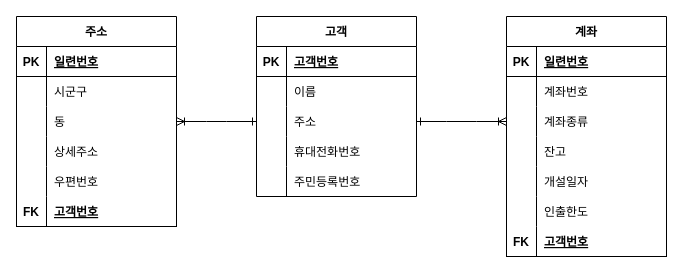
BackdevHong/JAVA keeps this draw.io diagram as school-Java/정보처리기능사-예제2.drawio. Above is the earlier version. Source tidied: cells renumbered, new cells numbered last; positions are measured from the earlier drawing's top-left corner, leaving out a move shared by most shapes. Both pictures are drawn from the tidied source at 100%, with x=0, y=0 at pixel (16, 16).
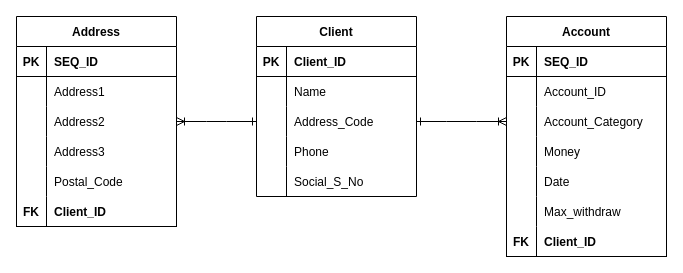
The same diagram, later.

Commit message (it also covers changes not shown here):
정보처리기능사-예제2.drawio 업데이트

Unchanged cells that the change refers to:
```xml
<mxCell id="3" style="shape=tableRow;horizontal=0;startSize=0;swimlaneHead=0;swimlaneBody=0;fillColor=none;top=0;left=0;right=0;bottom=1;" parent="2" vertex="1">
  <mxGeometry y="30" width="160" height="30" as="geometry" />
</mxCell>
<mxCell id="6" style="shape=tableRow;horizontal=0;startSize=0;swimlaneHead=0;swimlaneBody=0;fillColor=none;top=0;left=0;right=0;bottom=0;" parent="2" vertex="1">
  <mxGeometry y="60" width="160" height="30" as="geometry" />
</mxCell>
<mxCell id="9" style="shape=tableRow;horizontal=0;startSize=0;swimlaneHead=0;swimlaneBody=0;fillColor=none;points=[[0,0.5],[1,0.5]];portConstraint=eastwest;top=0;left=0;right=0;bottom=0;" parent="2" vertex="1">
  <mxGeometry y="90" width="160" height="30" as="geometry" />
</mxCell>
<mxCell id="12" style="shape=tableRow;horizontal=0;startSize=0;swimlaneHead=0;swimlaneBody=0;fillColor=none;top=0;left=0;right=0;bottom=0;" parent="2" vertex="1">
  <mxGeometry y="120" width="160" height="30" as="geometry" />
</mxCell>
<mxCell id="15" style="shape=tableRow;horizontal=0;startSize=0;swimlaneHead=0;swimlaneBody=0;fillColor=none;top=0;left=0;right=0;bottom=0;" parent="2" vertex="1">
  <mxGeometry y="150" width="160" height="30" as="geometry" />
</mxCell>
<mxCell id="18" style="shape=tableRow;horizontal=0;startSize=0;swimlaneHead=0;swimlaneBody=0;fillColor=none;top=0;left=0;right=0;bottom=1;" parent="2" vertex="1">
  <mxGeometry y="180" width="160" height="30" as="geometry" />
</mxCell>
<mxCell id="22" style="shape=tableRow;horizontal=0;startSize=0;swimlaneHead=0;swimlaneBody=0;fillColor=none;top=0;left=0;right=0;bottom=1;" parent="21" vertex="1">
  <mxGeometry y="30" width="160" height="30" as="geometry" />
</mxCell>
<mxCell id="25" style="shape=tableRow;horizontal=0;startSize=0;swimlaneHead=0;swimlaneBody=0;fillColor=none;top=0;left=0;right=0;bottom=0;" parent="21" vertex="1">
  <mxGeometry y="60" width="160" height="30" as="geometry" />
</mxCell>
<mxCell id="28" style="shape=tableRow;horizontal=0;startSize=0;swimlaneHead=0;swimlaneBody=0;fillColor=none;points=[[0,0.5],[1,0.5]];portConstraint=eastwest;top=0;left=0;right=0;bottom=0;" parent="21" vertex="1">
  <mxGeometry y="90" width="160" height="30" as="geometry" />
</mxCell>
<mxCell id="31" style="shape=tableRow;horizontal=0;startSize=0;swimlaneHead=0;swimlaneBody=0;fillColor=none;top=0;left=0;right=0;bottom=0;" parent="21" vertex="1">
  <mxGeometry y="120" width="160" height="30" as="geometry" />
</mxCell>
<mxCell id="34" style="shape=tableRow;horizontal=0;startSize=0;swimlaneHead=0;swimlaneBody=0;fillColor=none;top=0;left=0;right=0;bottom=0;" parent="21" vertex="1">
  <mxGeometry y="150" width="160" height="30" as="geometry" />
</mxCell>
<mxCell id="38" style="shape=tableRow;horizontal=0;startSize=0;swimlaneHead=0;swimlaneBody=0;fillColor=none;top=0;left=0;right=0;bottom=1;" parent="37" vertex="1">
  <mxGeometry y="30" width="160" height="30" as="geometry" />
</mxCell>
<mxCell id="41" style="shape=tableRow;horizontal=0;startSize=0;swimlaneHead=0;swimlaneBody=0;fillColor=none;top=0;left=0;right=0;bottom=0;" parent="37" vertex="1">
  <mxGeometry y="60" width="160" height="30" as="geometry" />
</mxCell>
<mxCell id="44" style="shape=tableRow;horizontal=0;startSize=0;swimlaneHead=0;swimlaneBody=0;fillColor=none;points=[[0,0.5],[1,0.5]];portConstraint=eastwest;top=0;left=0;right=0;bottom=0;" parent="37" vertex="1">
  <mxGeometry y="90" width="160" height="30" as="geometry" />
</mxCell>
<mxCell id="47" style="shape=tableRow;horizontal=0;startSize=0;swimlaneHead=0;swimlaneBody=0;fillColor=none;top=0;left=0;right=0;bottom=0;" parent="37" vertex="1">
  <mxGeometry y="120" width="160" height="30" as="geometry" />
</mxCell>
<mxCell id="50" style="shape=tableRow;horizontal=0;startSize=0;swimlaneHead=0;swimlaneBody=0;fillColor=none;top=0;left=0;right=0;bottom=0;" parent="37" vertex="1">
  <mxGeometry y="150" width="160" height="30" as="geometry" />
</mxCell>
<mxCell id="53" style="shape=tableRow;horizontal=0;startSize=0;swimlaneHead=0;swimlaneBody=0;fillColor=none;top=0;left=0;right=0;bottom=0;" parent="37" vertex="1">
  <mxGeometry y="180" width="160" height="30" as="geometry" />
</mxCell>
<mxCell id="56" style="shape=tableRow;horizontal=0;startSize=0;swimlaneHead=0;swimlaneBody=0;fillColor=none;top=0;left=0;right=0;bottom=1;" parent="37" vertex="1">
  <mxGeometry y="210" width="160" height="30" as="geometry" />
</mxCell>
```

What changed in the source:
```diff
@@
-    <mxCell id="2" value="주소" style="shape=table;startSize=30;childLayout=tableLayout;rowLines=0;fontStyle=1;align=center;" parent="1" vertex="1">
+    <mxCell id="2" value="Address" style="shape=table;startSize=30;childLayout=tableLayout;rowLines=0;fontStyle=1;align=center;" parent="1" vertex="1">
       <mxGeometry width="160" height="210" as="geometry" />
     </mxCell>
@@
-    <mxCell id="5" value="일련번호" style="shape=partialRectangle;fillColor=none;top=0;left=0;bottom=0;right=0;align=left;spacingLeft=6;fontStyle=5;overflow=hidden;" parent="3" vertex="1">
+    <mxCell id="5" value="SEQ_ID" style="shape=partialRectangle;fillColor=none;top=0;left=0;bottom=0;right=0;align=left;spacingLeft=6;fontStyle=1;overflow=hidden;" parent="3" vertex="1">
       <mxGeometry x="30" width="130" height="30" as="geometry" />
     </mxCell>
@@
-    <mxCell id="8" value="시군구" style="shape=partialRectangle;fillColor=none;top=0;left=0;bottom=0;right=0;align=left;spacingLeft=6;overflow=hidden;" parent="6" vertex="1">
+    <mxCell id="8" value="Address1" style="shape=partialRectangle;fillColor=none;top=0;left=0;bottom=0;right=0;align=left;spacingLeft=6;overflow=hidden;" parent="6" vertex="1">
       <mxGeometry x="30" width="130" height="30" as="geometry" />
     </mxCell>
@@
-    <mxCell id="11" value="동" style="shape=partialRectangle;fillColor=none;top=0;left=0;bottom=0;right=0;align=left;spacingLeft=6;overflow=hidden;" parent="9" vertex="1">
+    <mxCell id="11" value="Address2" style="shape=partialRectangle;fillColor=none;top=0;left=0;bottom=0;right=0;align=left;spacingLeft=6;overflow=hidden;" parent="9" vertex="1">
       <mxGeometry x="30" width="130" height="30" as="geometry" />
     </mxCell>
@@
-    <mxCell id="14" value="상세주소" style="shape=partialRectangle;fillColor=none;top=0;left=0;bottom=0;right=0;align=left;spacingLeft=6;overflow=hidden;" parent="12" vertex="1">
+    <mxCell id="14" value="Address3" style="shape=partialRectangle;fillColor=none;top=0;left=0;bottom=0;right=0;align=left;spacingLeft=6;overflow=hidden;" parent="12" vertex="1">
       <mxGeometry x="30" width="130" height="30" as="geometry" />
     </mxCell>
@@
-    <mxCell id="17" value="우편번호" style="shape=partialRectangle;fillColor=none;top=0;left=0;bottom=0;right=0;align=left;spacingLeft=6;overflow=hidden;" parent="15" vertex="1">
+    <mxCell id="17" value="Postal_Code" style="shape=partialRectangle;fillColor=none;top=0;left=0;bottom=0;right=0;align=left;spacingLeft=6;overflow=hidden;" parent="15" vertex="1">
       <mxGeometry x="30" width="130" height="30" as="geometry" />
     </mxCell>
@@
-    <mxCell id="20" value="고객번호" style="shape=partialRectangle;fillColor=none;top=0;left=0;bottom=0;right=0;align=left;spacingLeft=6;fontStyle=5;overflow=hidden;" parent="18" vertex="1">
+    <mxCell id="20" value="Client_ID" style="shape=partialRectangle;fillColor=none;top=0;left=0;bottom=0;right=0;align=left;spacingLeft=6;fontStyle=1;overflow=hidden;" parent="18" vertex="1">
       <mxGeometry x="30" width="130" height="30" as="geometry" />
     </mxCell>
-    <mxCell id="21" value="고객" style="shape=table;startSize=30;childLayout=tableLayout;rowLines=0;fontStyle=1;align=center;" parent="1" vertex="1">
+    <mxCell id="21" value="Client" style="shape=table;startSize=30;childLayout=tableLayout;rowLines=0;fontStyle=1;align=center;" parent="1" vertex="1">
       <mxGeometry x="240" width="160" height="180" as="geometry" />
     </mxCell>
@@
-    <mxCell id="24" value="고객번호" style="shape=partialRectangle;fillColor=none;top=0;left=0;bottom=0;right=0;align=left;spacingLeft=6;fontStyle=5;overflow=hidden;" parent="22" vertex="1">
+    <mxCell id="24" value="Client_ID" style="shape=partialRectangle;fillColor=none;top=0;left=0;bottom=0;right=0;align=left;spacingLeft=6;fontStyle=1;overflow=hidden;" parent="22" vertex="1">
       <mxGeometry x="30" width="130" height="30" as="geometry" />
     </mxCell>
@@
-    <mxCell id="27" value="이름" style="shape=partialRectangle;fillColor=none;top=0;left=0;bottom=0;right=0;align=left;spacingLeft=6;overflow=hidden;" parent="25" vertex="1">
+    <mxCell id="27" value="Name" style="shape=partialRectangle;fillColor=none;top=0;left=0;bottom=0;right=0;align=left;spacingLeft=6;overflow=hidden;" parent="25" vertex="1">
       <mxGeometry x="30" width="130" height="30" as="geometry" />
     </mxCell>
@@
-    <mxCell id="30" value="주소" style="shape=partialRectangle;fillColor=none;top=0;left=0;bottom=0;right=0;align=left;spacingLeft=6;overflow=hidden;" parent="28" vertex="1">
+    <mxCell id="30" value="Address_Code" style="shape=partialRectangle;fillColor=none;top=0;left=0;bottom=0;right=0;align=left;spacingLeft=6;overflow=hidden;" parent="28" vertex="1">
       <mxGeometry x="30" width="130" height="30" as="geometry" />
     </mxCell>
@@
-    <mxCell id="33" value="휴대전화번호" style="shape=partialRectangle;fillColor=none;top=0;left=0;bottom=0;right=0;align=left;spacingLeft=6;overflow=hidden;" parent="31" vertex="1">
+    <mxCell id="33" value="Phone" style="shape=partialRectangle;fillColor=none;top=0;left=0;bottom=0;right=0;align=left;spacingLeft=6;overflow=hidden;" parent="31" vertex="1">
       <mxGeometry x="30" width="130" height="30" as="geometry" />
     </mxCell>
@@
-    <mxCell id="36" value="주민등록번호" style="shape=partialRectangle;fillColor=none;top=0;left=0;bottom=0;right=0;align=left;spacingLeft=6;overflow=hidden;" parent="34" vertex="1">
+    <mxCell id="36" value="Social_S_No" style="shape=partialRectangle;fillColor=none;top=0;left=0;bottom=0;right=0;align=left;spacingLeft=6;overflow=hidden;" parent="34" vertex="1">
       <mxGeometry x="30" width="130" height="30" as="geometry" />
     </mxCell>
-    <mxCell id="37" value="계좌" style="shape=table;startSize=30;childLayout=tableLayout;rowLines=0;fontStyle=1;align=center;" parent="1" vertex="1">
+    <mxCell id="37" value="Account" style="shape=table;startSize=30;childLayout=tableLayout;rowLines=0;fontStyle=1;align=center;" parent="1" vertex="1">
       <mxGeometry x="490" width="160" height="240" as="geometry" />
     </mxCell>
@@
-    <mxCell id="40" value="일련번호" style="shape=partialRectangle;fillColor=none;top=0;left=0;bottom=0;right=0;align=left;spacingLeft=6;fontStyle=5;overflow=hidden;" parent="38" vertex="1">
+    <mxCell id="40" value="SEQ_ID" style="shape=partialRectangle;fillColor=none;top=0;left=0;bottom=0;right=0;align=left;spacingLeft=6;fontStyle=1;overflow=hidden;" parent="38" vertex="1">
       <mxGeometry x="30" width="130" height="30" as="geometry" />
     </mxCell>
@@
-    <mxCell id="43" value="계좌번호" style="shape=partialRectangle;fillColor=none;top=0;left=0;bottom=0;right=0;align=left;spacingLeft=6;overflow=hidden;" parent="41" vertex="1">
+    <mxCell id="43" value="Account_ID" style="shape=partialRectangle;fillColor=none;top=0;left=0;bottom=0;right=0;align=left;spacingLeft=6;overflow=hidden;" parent="41" vertex="1">
       <mxGeometry x="30" width="130" height="30" as="geometry" />
     </mxCell>
@@
-    <mxCell id="46" value="계좌종류" style="shape=partialRectangle;fillColor=none;top=0;left=0;bottom=0;right=0;align=left;spacingLeft=6;overflow=hidden;" parent="44" vertex="1">
+    <mxCell id="46" value="Account_Category" style="shape=partialRectangle;fillColor=none;top=0;left=0;bottom=0;right=0;align=left;spacingLeft=6;overflow=hidden;" parent="44" vertex="1">
       <mxGeometry x="30" width="130" height="30" as="geometry" />
     </mxCell>
@@
-    <mxCell id="49" value="잔고" style="shape=partialRectangle;fillColor=none;top=0;left=0;bottom=0;right=0;align=left;spacingLeft=6;overflow=hidden;" parent="47" vertex="1">
+    <mxCell id="49" value="Money" style="shape=partialRectangle;fillColor=none;top=0;left=0;bottom=0;right=0;align=left;spacingLeft=6;overflow=hidden;" parent="47" vertex="1">
       <mxGeometry x="30" width="130" height="30" as="geometry" />
     </mxCell>
@@
-    <mxCell id="52" value="개설일자" style="shape=partialRectangle;fillColor=none;top=0;left=0;bottom=0;right=0;align=left;spacingLeft=6;overflow=hidden;" parent="50" vertex="1">
+    <mxCell id="52" value="Date" style="shape=partialRectangle;fillColor=none;top=0;left=0;bottom=0;right=0;align=left;spacingLeft=6;overflow=hidden;" parent="50" vertex="1">
       <mxGeometry x="30" width="130" height="30" as="geometry" />
     </mxCell>
@@
-    <mxCell id="55" value="인출한도" style="shape=partialRectangle;fillColor=none;top=0;left=0;bottom=0;right=0;align=left;spacingLeft=6;overflow=hidden;" parent="53" vertex="1">
+    <mxCell id="55" value="Max_withdraw" style="shape=partialRectangle;fillColor=none;top=0;left=0;bottom=0;right=0;align=left;spacingLeft=6;overflow=hidden;" parent="53" vertex="1">
       <mxGeometry x="30" width="130" height="30" as="geometry" />
     </mxCell>
@@
-    <mxCell id="58" value="고객번호" style="shape=partialRectangle;fillColor=none;top=0;left=0;bottom=0;right=0;align=left;spacingLeft=6;fontStyle=5;overflow=hidden;" parent="56" vertex="1">
+    <mxCell id="58" value="Client_ID" style="shape=partialRectangle;fillColor=none;top=0;left=0;bottom=0;right=0;align=left;spacingLeft=6;fontStyle=1;overflow=hidden;" parent="56" vertex="1">
       <mxGeometry x="30" width="130" height="30" as="geometry" />
     </mxCell>
```
